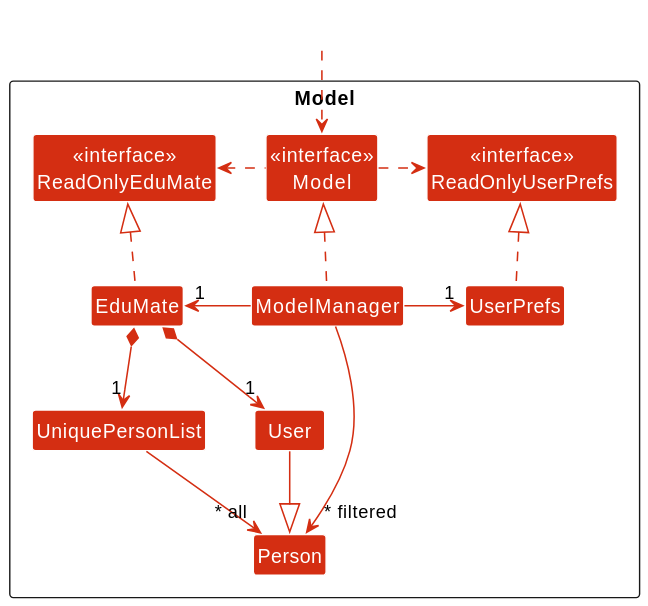
Above: docs/images/ModelClassDiagram.svg in nus-cs2103-AY2223S2/tp (PlantUML), before the change.
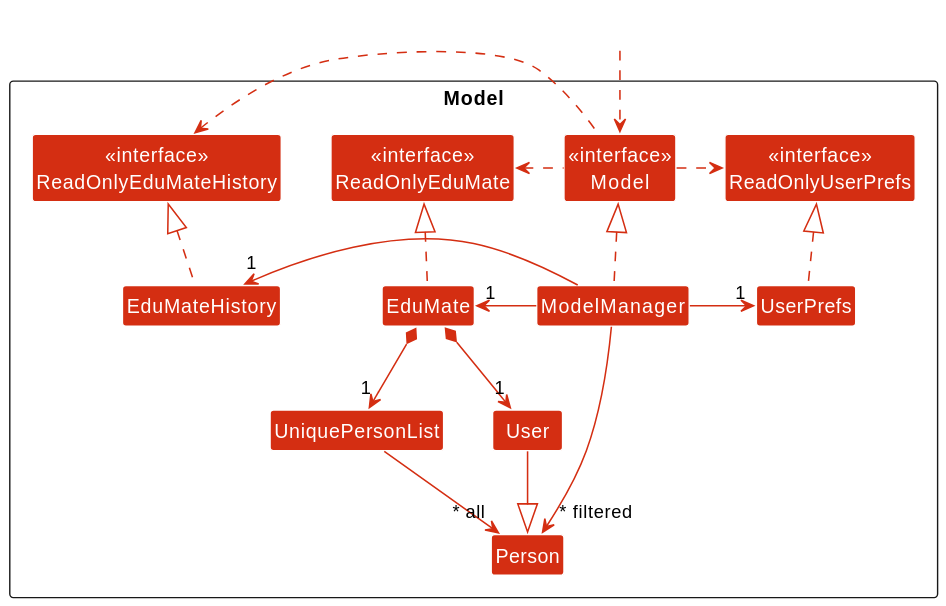
The same diagram one commit later.

Change to the diagram source:
```diff
@@ -6,9 +6,11 @@
 
 Package Model <<Rectangle>> {
 Class "<<interface>>\nReadOnlyEduMate" as ReadOnlyEduMate
+Class "<<interface>>\nReadOnlyEduMateHistory" as ReadOnlyEduMateHistory
 Class "<<interface>>\nReadOnlyUserPrefs" as ReadOnlyUserPrefs
 Class "<<interface>>\nModel" as Model1
 Class EduMate
+Class EduMateHistory
 Class ModelManager
 Class UserPrefs
 
@@ -22,11 +24,15 @@
 
 EduMate .up.|> ReadOnlyEduMate
 
+EduMateHistory .up.|> ReadOnlyEduMateHistory
+
 ModelManager .up.|> Model1
 Model1 .right.> ReadOnlyUserPrefs
 Model1 .left.> ReadOnlyEduMate
+Model1 .left.> ReadOnlyEduMateHistory
 ModelManager -left-> "1" EduMate
 ModelManager -right-> "1" UserPrefs
+ModelManager -left-> "1" EduMateHistory
 UserPrefs .up.|> ReadOnlyUserPrefs
 
 EduMate *--> "1" UniquePersonList
```
